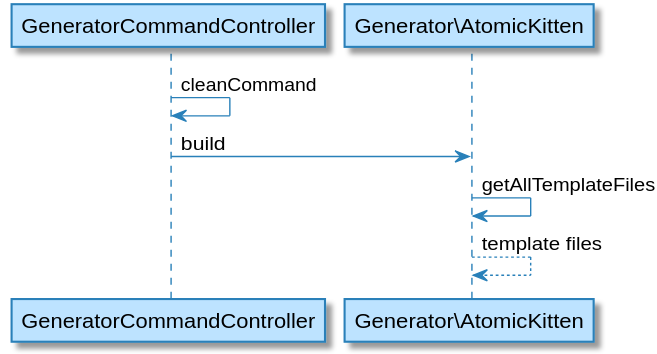
DanielSiepmann/AtomicKitten.Framework keeps this PlantUML diagram as Documentation/Images/Uml/GenerationSequenze.svg. Above is the earlier version. Its source is kept beside it as Documentation/Uml/GenerationSequenze.plantuml. Source of this version:
```plantuml
@startuml

GeneratorCommandController -> GeneratorCommandController: cleanCommand
GeneratorCommandController -> "Generator\AtomicKitten": build
"Generator\AtomicKitten" -> "Generator\AtomicKitten": getAllTemplateFiles
"Generator\AtomicKitten" <-- "Generator\AtomicKitten": template files

@enduml
```
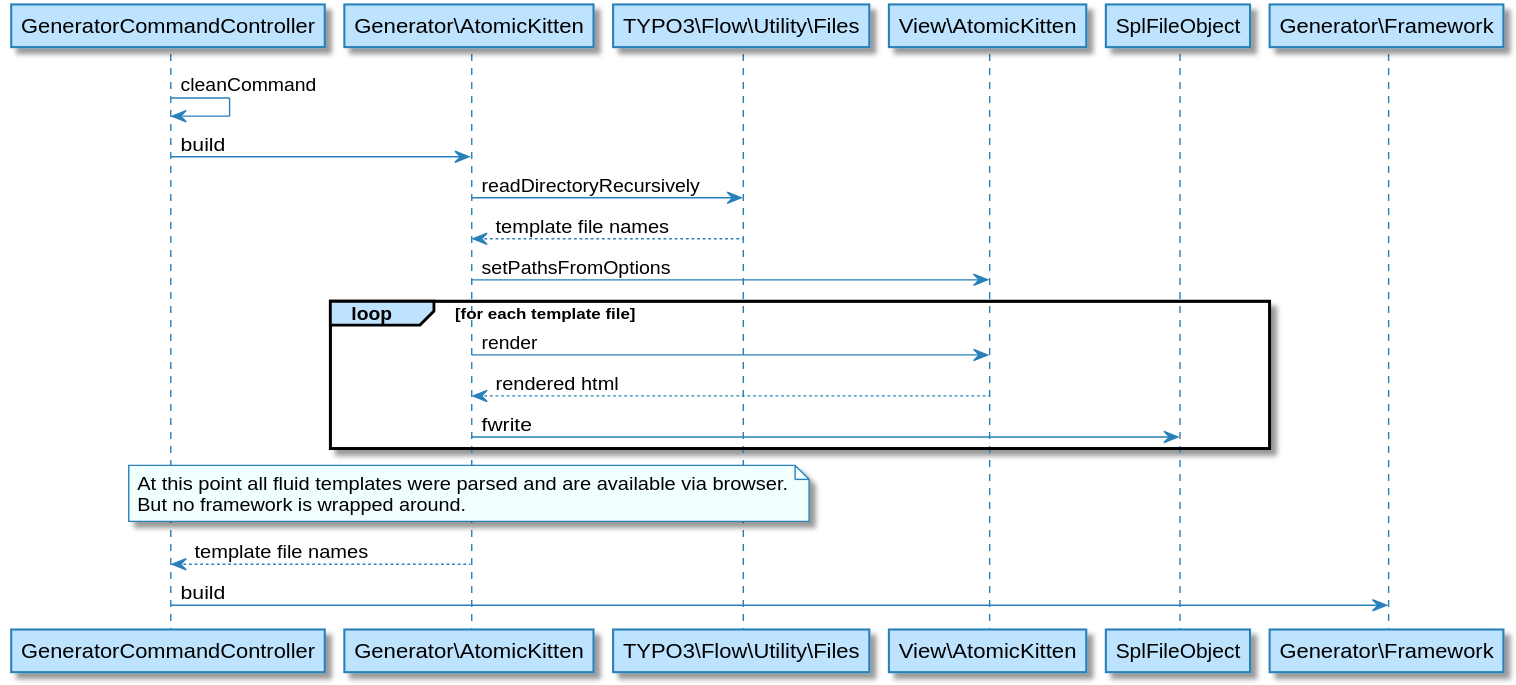
The same diagram one commit later.

Commit message:
[WIP][FEATURE] Provide uml for implementation

The edit, as a diff of the source:
```diff
@@ -1,8 +1,20 @@
 @startuml
 
-GeneratorCommandController -> GeneratorCommandController: cleanCommand
+"GeneratorCommandController" -> "GeneratorCommandController": cleanCommand
 GeneratorCommandController -> "Generator\AtomicKitten": build
-"Generator\AtomicKitten" -> "Generator\AtomicKitten": getAllTemplateFiles
-"Generator\AtomicKitten" <-- "Generator\AtomicKitten": template files
+"Generator\AtomicKitten" -> "TYPO3\Flow\Utility\Files": readDirectoryRecursively
+"Generator\AtomicKitten" <-- "TYPO3\Flow\Utility\Files": template file names
+"Generator\AtomicKitten" -> "View\AtomicKitten": setPathsFromOptions
+loop for each template file
+    "Generator\AtomicKitten" -> "View\AtomicKitten": render
+    "Generator\AtomicKitten" <-- "View\AtomicKitten": rendered html
+    "Generator\AtomicKitten" -> "SplFileObject": fwrite
+end
+
+note over "Generator\AtomicKitten": At this point all fluid templates were parsed and are available via browser.\nBut no framework is wrapped around.
+
+"GeneratorCommandController" <-- "Generator\AtomicKitten": template file names
+
+"GeneratorCommandController" -> "Generator\Framework": build
 
 @enduml
```
